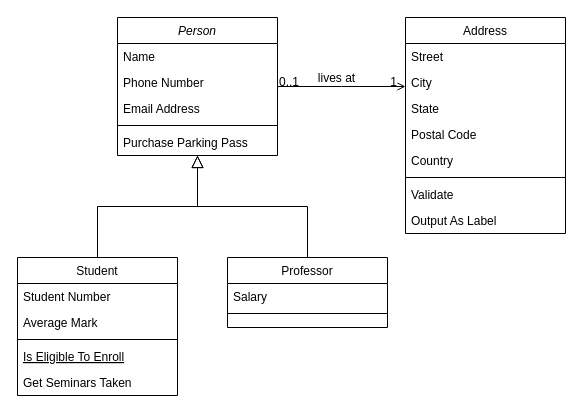
Above: Diagrama sem nome.drawio in l-eduardo/dso_ufsc (draw.io), before the change. Source tidied: cells renumbered, new cells numbered last; positions are measured from the earlier drawing's top-left corner, leaving out a move shared by most shapes. Both pictures are drawn from the tidied source at 100%, with x=0, y=0 at pixel (17, 17).
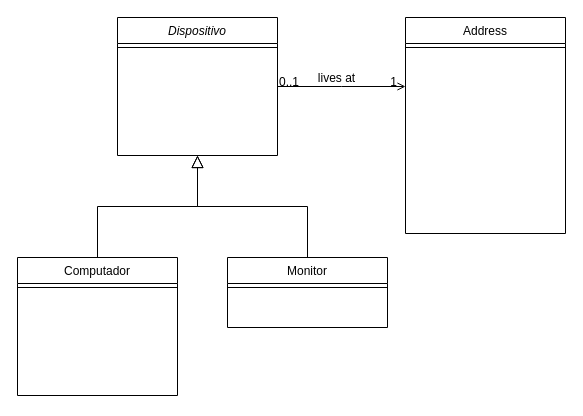
Above is the later version.

The change refers to these unchanged cells:
```xml
<mxCell id="19" value="Address" style="swimlane;fontStyle=0;align=center;verticalAlign=top;horizontal=1;startSize=26;rounded=0;shadow=0;strokeWidth=1;" parent="1" vertex="1">
  <mxGeometry x="388" width="160" height="216" as="geometry" />
</mxCell>
```

Diff of the diagram source:
```diff
@@
-    <mxCell id="2" value="Person" style="swimlane;fontStyle=2;align=center;verticalAlign=top;horizontal=1;startSize=26;rounded=0;shadow=0;strokeWidth=1;" parent="1" vertex="1">
+    <mxCell id="2" value="Dispositivo" style="swimlane;fontStyle=2;align=center;verticalAlign=top;horizontal=1;startSize=26;rounded=0;shadow=0;strokeWidth=1;" parent="1" vertex="1">
       <mxGeometry x="100" width="160" height="138" as="geometry" />
     </mxCell>
-    <mxCell id="3" value="Name" style="text;align=left;verticalAlign=top;spacingLeft=4;spacingRight=4;overflow=hidden;" parent="2" vertex="1">
-      <mxGeometry y="26" width="160" height="26" as="geometry" />
-    </mxCell>
-    <mxCell id="4" value="Phone Number" style="text;align=left;verticalAlign=top;spacingLeft=4;spacingRight=4;overflow=hidden;rounded=0;shadow=0;html=0;" parent="2" vertex="1">
-      <mxGeometry y="52" width="160" height="26" as="geometry" />
-    </mxCell>
-    <mxCell id="5" value="Email Address" style="text;align=left;verticalAlign=top;spacingLeft=4;spacingRight=4;overflow=hidden;rounded=0;shadow=0;html=0;" parent="2" vertex="1">
-      <mxGeometry y="78" width="160" height="26" as="geometry" />
-    </mxCell>
     <mxCell id="6" style="line;html=1;strokeWidth=1;align=left;verticalAlign=middle;spacingTop=-1;spacingLeft=3;spacingRight=3;labelPosition=right;" parent="2" vertex="1">
-      <mxGeometry y="104" width="160" height="8" as="geometry" />
+      <mxGeometry y="26" width="160" height="8" as="geometry" />
     </mxCell>
-    <mxCell id="7" value="Purchase Parking Pass" style="text;align=left;verticalAlign=top;spacingLeft=4;spacingRight=4;overflow=hidden;" parent="2" vertex="1">
-      <mxGeometry y="112" width="160" height="26" as="geometry" />
-    </mxCell>
-    <mxCell id="8" value="Student" style="swimlane;fontStyle=0;align=center;verticalAlign=top;horizontal=1;startSize=26;rounded=0;shadow=0;strokeWidth=1;" parent="1" vertex="1">
+    <mxCell id="8" value="Computador" style="swimlane;fontStyle=0;align=center;verticalAlign=top;horizontal=1;startSize=26;rounded=0;shadow=0;strokeWidth=1;" parent="1" vertex="1">
       <mxGeometry y="240" width="160" height="138" as="geometry" />
     </mxCell>
-    <mxCell id="9" value="Student Number" style="text;align=left;verticalAlign=top;spacingLeft=4;spacingRight=4;overflow=hidden;" parent="8" vertex="1">
-      <mxGeometry y="26" width="160" height="26" as="geometry" />
-    </mxCell>
-    <mxCell id="10" value="Average Mark" style="text;align=left;verticalAlign=top;spacingLeft=4;spacingRight=4;overflow=hidden;rounded=0;shadow=0;html=0;" parent="8" vertex="1">
-      <mxGeometry y="52" width="160" height="26" as="geometry" />
-    </mxCell>
     <mxCell id="11" style="line;html=1;strokeWidth=1;align=left;verticalAlign=middle;spacingTop=-1;spacingLeft=3;spacingRight=3;labelPosition=right;" parent="8" vertex="1">
-      <mxGeometry y="78" width="160" height="8" as="geometry" />
+      <mxGeometry y="26" width="160" height="8" as="geometry" />
     </mxCell>
-    <mxCell id="12" value="Is Eligible To Enroll" style="text;align=left;verticalAlign=top;spacingLeft=4;spacingRight=4;overflow=hidden;fontStyle=4;" parent="8" vertex="1">
-      <mxGeometry y="86" width="160" height="26" as="geometry" />
-    </mxCell>
-    <mxCell id="13" value="Get Seminars Taken" style="text;align=left;verticalAlign=top;spacingLeft=4;spacingRight=4;overflow=hidden;" parent="8" vertex="1">
-      <mxGeometry y="112" width="160" height="26" as="geometry" />
-    </mxCell>
@@
-    <mxCell id="15" value="Professor" style="swimlane;fontStyle=0;align=center;verticalAlign=top;horizontal=1;startSize=26;rounded=0;shadow=0;strokeWidth=1;" parent="1" vertex="1">
+    <mxCell id="15" value="Monitor" style="swimlane;fontStyle=0;align=center;verticalAlign=top;horizontal=1;startSize=26;rounded=0;shadow=0;strokeWidth=1;" parent="1" vertex="1">
       <mxGeometry x="210" y="240" width="160" height="70" as="geometry" />
     </mxCell>
-    <mxCell id="16" value="Salary" style="text;align=left;verticalAlign=top;spacingLeft=4;spacingRight=4;overflow=hidden;" parent="15" vertex="1">
-      <mxGeometry y="26" width="160" height="26" as="geometry" />
-    </mxCell>
     <mxCell id="17" style="line;html=1;strokeWidth=1;align=left;verticalAlign=middle;spacingTop=-1;spacingLeft=3;spacingRight=3;labelPosition=right;" parent="15" vertex="1">
-      <mxGeometry y="52" width="160" height="8" as="geometry" />
+      <mxGeometry y="26" width="160" height="8" as="geometry" />
     </mxCell>
@@
-    <mxCell id="20" value="Street" style="text;align=left;verticalAlign=top;spacingLeft=4;spacingRight=4;overflow=hidden;" parent="19" vertex="1">
-      <mxGeometry y="26" width="160" height="26" as="geometry" />
-    </mxCell>
-    <mxCell id="21" value="City" style="text;align=left;verticalAlign=top;spacingLeft=4;spacingRight=4;overflow=hidden;rounded=0;shadow=0;html=0;" parent="19" vertex="1">
-      <mxGeometry y="52" width="160" height="26" as="geometry" />
-    </mxCell>
-    <mxCell id="22" value="State" style="text;align=left;verticalAlign=top;spacingLeft=4;spacingRight=4;overflow=hidden;rounded=0;shadow=0;html=0;" parent="19" vertex="1">
-      <mxGeometry y="78" width="160" height="26" as="geometry" />
-    </mxCell>
-    <mxCell id="23" value="Postal Code" style="text;align=left;verticalAlign=top;spacingLeft=4;spacingRight=4;overflow=hidden;rounded=0;shadow=0;html=0;" parent="19" vertex="1">
-      <mxGeometry y="104" width="160" height="26" as="geometry" />
-    </mxCell>
-    <mxCell id="24" value="Country" style="text;align=left;verticalAlign=top;spacingLeft=4;spacingRight=4;overflow=hidden;rounded=0;shadow=0;html=0;" parent="19" vertex="1">
-      <mxGeometry y="130" width="160" height="26" as="geometry" />
-    </mxCell>
     <mxCell id="25" style="line;html=1;strokeWidth=1;align=left;verticalAlign=middle;spacingTop=-1;spacingLeft=3;spacingRight=3;labelPosition=right;" parent="19" vertex="1">
-      <mxGeometry y="156" width="160" height="8" as="geometry" />
+      <mxGeometry y="26" width="160" height="8" as="geometry" />
     </mxCell>
-    <mxCell id="26" value="Validate" style="text;align=left;verticalAlign=top;spacingLeft=4;spacingRight=4;overflow=hidden;" parent="19" vertex="1">
-      <mxGeometry y="164" width="160" height="26" as="geometry" />
-    </mxCell>
-    <mxCell id="27" value="Output As Label" style="text;align=left;verticalAlign=top;spacingLeft=4;spacingRight=4;overflow=hidden;" parent="19" vertex="1">
-      <mxGeometry y="190" width="160" height="26" as="geometry" />
-    </mxCell>
```
